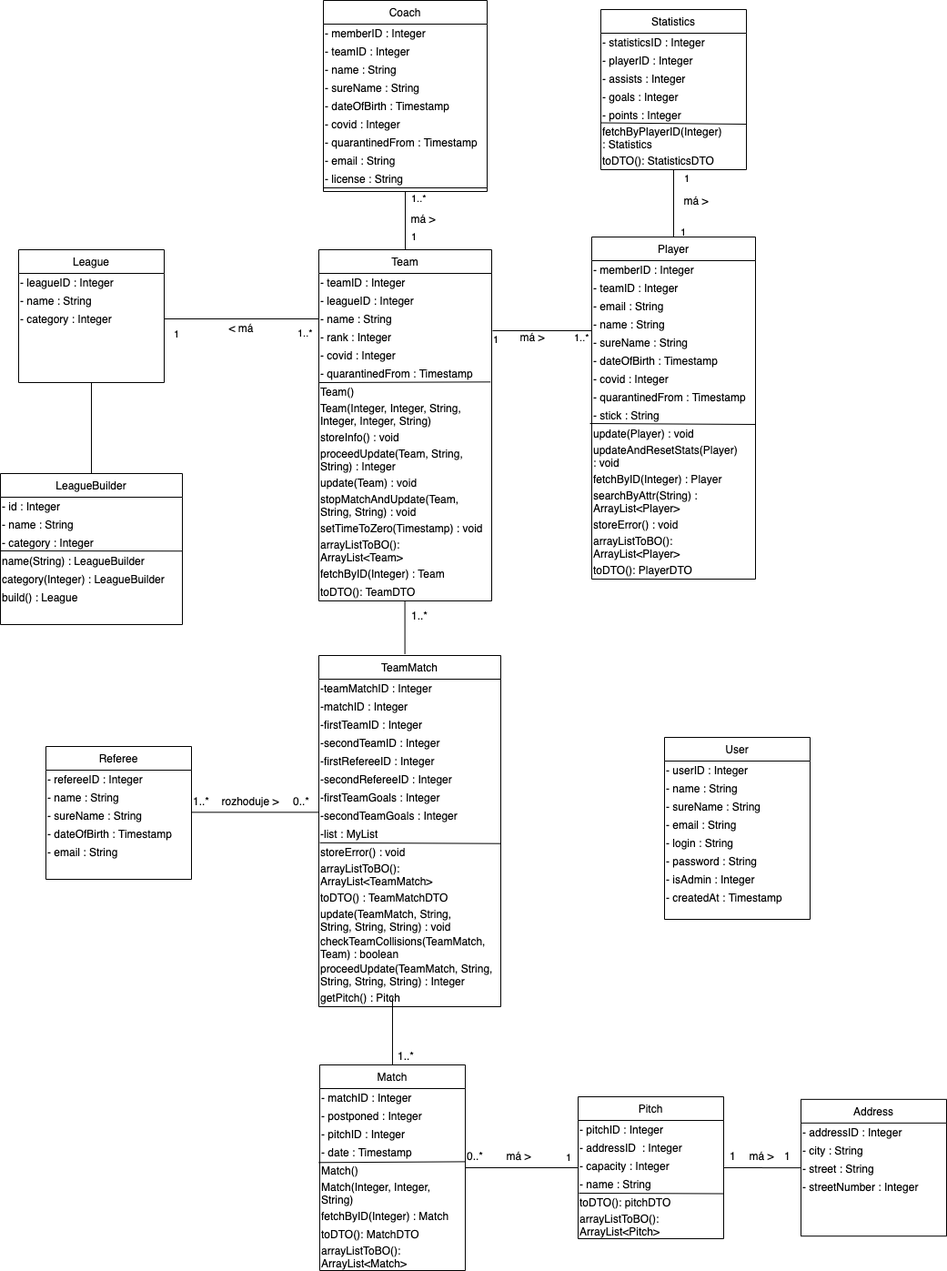
This is artefacts/class-business.png from alenamartinkova/cfbu-IS, a draw.io export, as it was before one commit. Source tidied: cells renumbered, new cells last; positions are measured from the earlier drawing's top-left corner, leaving out a move shared by most shapes.
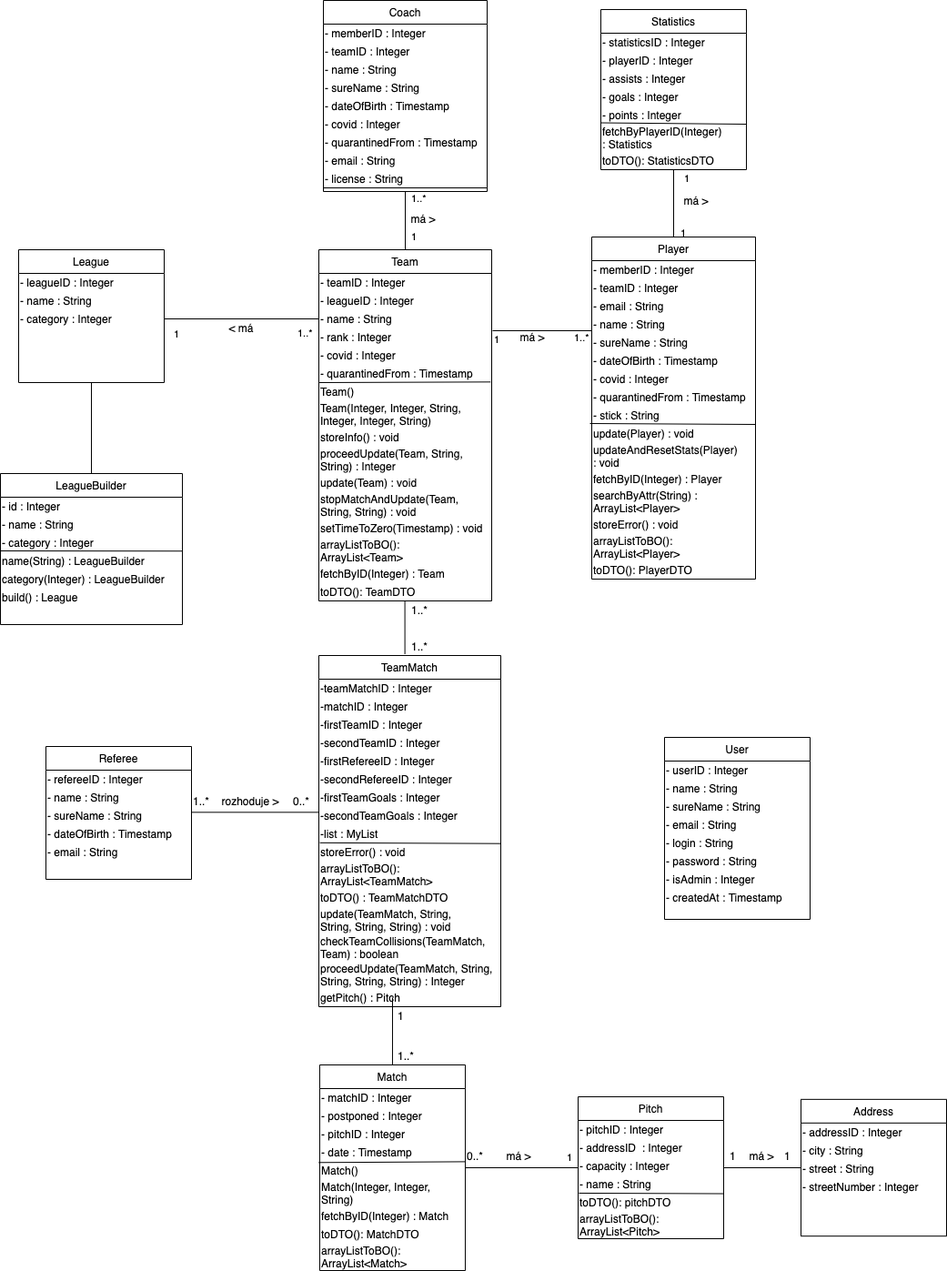
The same file after the commit.

The edit, as a diff of the source:
```diff
@@ -509,10 +509,16 @@
       <mxGeometry x="730" y="210" width="70" height="20" as="geometry" />
     </mxCell>
     <mxCell id="158" value="1..*" style="text;html=1;align=left;verticalAlign=middle;" parent="1" vertex="1">
-      <mxGeometry x="450" y="666" width="30" height="20" as="geometry" />
+      <mxGeometry x="450" y="660" width="30" height="20" as="geometry" />
     </mxCell>
     <mxCell id="159" value="1..*" style="text;html=1;align=left;verticalAlign=middle;" parent="1" vertex="1">
       <mxGeometry x="435" y="1150" width="30" height="20" as="geometry" />
     </mxCell>
+    <mxCell id="160" value="1..*" style="text;html=1;align=left;verticalAlign=middle;" parent="1" vertex="1">
+      <mxGeometry x="450" y="700" width="30" height="20" as="geometry" />
+    </mxCell>
+    <mxCell id="161" value="1" style="text;html=1;align=left;verticalAlign=middle;" parent="1" vertex="1">
+      <mxGeometry x="435" y="1106" width="20" height="20" as="geometry" />
+    </mxCell>
   </root>
 </mxGraphModel>
```
